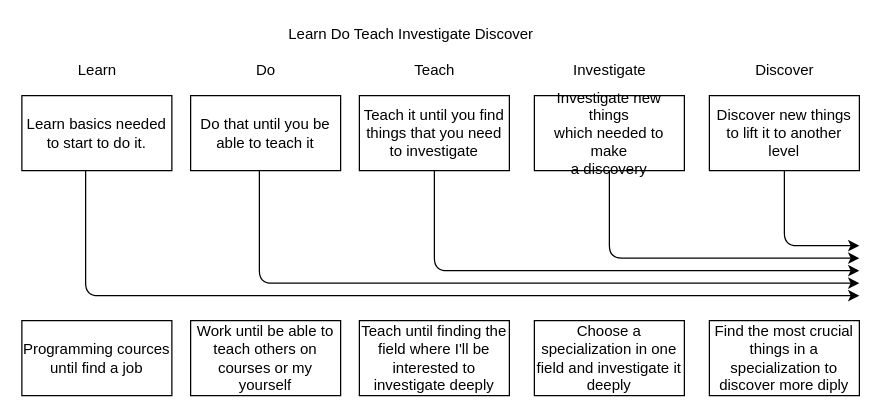
Before: learnDoTeachInvestigateDiscover.drawio in FedosovMax/diagrams, a draw.io diagram. Source tidied: cells renumbered, new cells numbered last; positions are measured from the earlier drawing's top-left corner, leaving out a move shared by most shapes. Both pictures are drawn from the tidied source at 125%, with x=0, y=0 at pixel (21, 21).
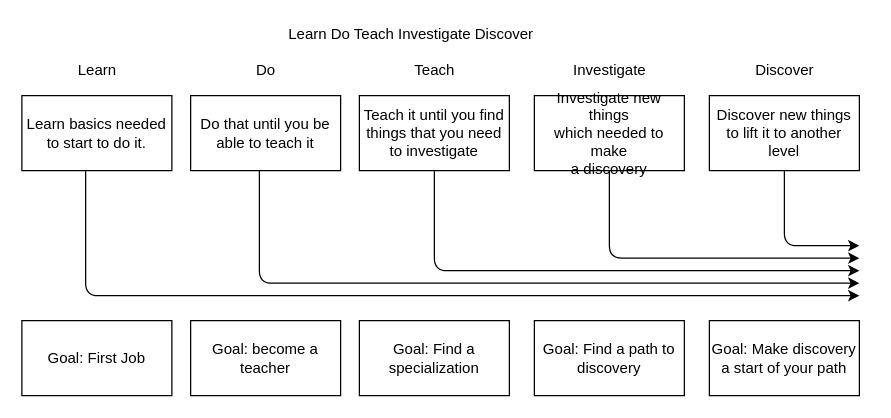
The same diagram, later.

The edit, as a diff of the source:
```diff
@@
-    <mxCell id="18" value="Programming cources until find a job" style="rounded=0;whiteSpace=wrap;html=1;" parent="1" vertex="1">
+    <mxCell id="18" value="Goal: First Job" style="rounded=0;whiteSpace=wrap;html=1;" parent="1" vertex="1">
       <mxGeometry y="239" width="120" height="60" as="geometry" />
     </mxCell>
-    <mxCell id="19" value="Work until be able to teach others on courses or my yourself" style="rounded=0;whiteSpace=wrap;html=1;" parent="1" vertex="1">
+    <mxCell id="19" value="Goal: become a teacher" style="rounded=0;whiteSpace=wrap;html=1;" parent="1" vertex="1">
       <mxGeometry x="135" y="239" width="120" height="60" as="geometry" />
     </mxCell>
-    <mxCell id="20" value="Teach until finding the field where I'll be interested to investigate deeply" style="rounded=0;whiteSpace=wrap;html=1;" parent="1" vertex="1">
+    <mxCell id="20" value="Goal: Find a specialization" style="rounded=0;whiteSpace=wrap;html=1;" parent="1" vertex="1">
       <mxGeometry x="270" y="239" width="120" height="60" as="geometry" />
     </mxCell>
-    <mxCell id="21" value="Choose a specialization in one field and investigate it deeply" style="rounded=0;whiteSpace=wrap;html=1;" parent="1" vertex="1">
+    <mxCell id="21" value="Goal: Find a path to discovery" style="rounded=0;whiteSpace=wrap;html=1;" parent="1" vertex="1">
       <mxGeometry x="410" y="239" width="120" height="60" as="geometry" />
     </mxCell>
-    <mxCell id="22" value="Find the most crucial things in a specialization to discover more diply" style="rounded=0;whiteSpace=wrap;html=1;" parent="1" vertex="1">
+    <mxCell id="22" value="Goal: Make discovery a start of your path" style="rounded=0;whiteSpace=wrap;html=1;" parent="1" vertex="1">
       <mxGeometry x="550" y="239" width="120" height="60" as="geometry" />
     </mxCell>
```
